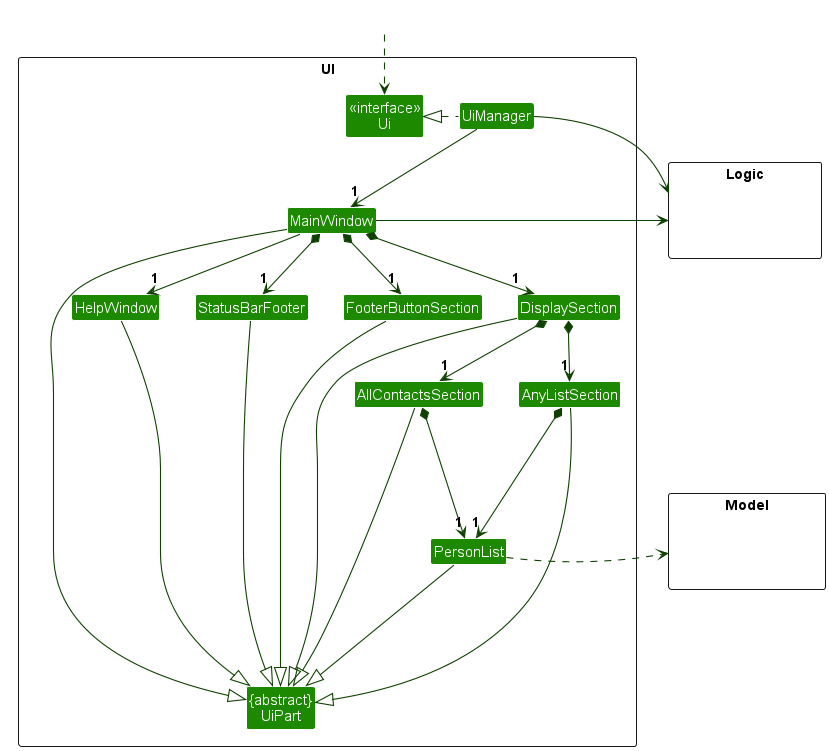
Above: docs/images/UiClassDiagram.png in Emberlynn-Loo/tp (PlantUML), before the change.
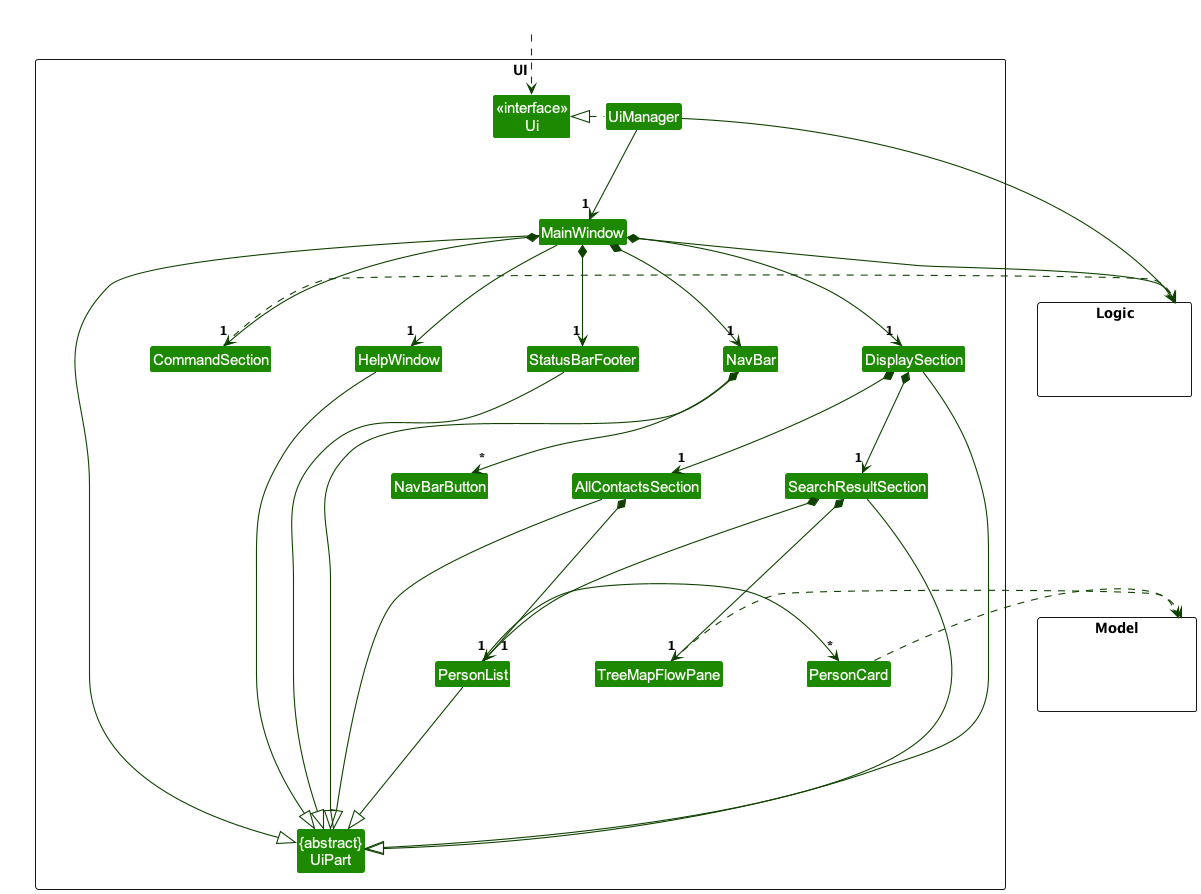
Later version of the same file.

Commit message:
Add Updated UI architecture diagram

What changed in the source:
```diff
@@ -11,11 +11,15 @@
 Class MainWindow
 Class HelpWindow
 Class StatusBarFooter
+Class CommandSection
+Class NavBar
 Class DisplaySection
-Class FooterButtonSection
 Class AllContactsSection
+Class SearchResultSection
+Class NavBarButton
+Class TreeMapFlowPane
 Class PersonList
-Class AnyListSection
+Class PersonCard
 }
 
 package Model <<Rectangle>> {
@@ -33,35 +37,31 @@
 UiManager -down-> "1" MainWindow
 MainWindow *-down-> "1" StatusBarFooter
 MainWindow -down-> "1" HelpWindow
-MainWindow *-down-> "1" FooterButtonSection
+MainWindow *-down-> "1" CommandSection
+CommandSection .right.> Logic
+MainWindow *-down-> "1" NavBar
+NavBar *-down-> "*" NavBarButton
 MainWindow *-down-> "1" DisplaySection
-
 HelpWindow -right[hidden]-> StatusBarFooter
-StatusBarFooter -right[hidden]-> FooterButtonSection
-FooterButtonSection -right[hidden]-> DisplaySection
-
+StatusBarFooter -right[hidden]-> NavBar
+NavBar -right[hidden]-> DisplaySection
 DisplaySection *-down-> "1" AllContactsSection
 AllContactsSection *-down> "1" PersonList
-
-DisplaySection *--> "1" AnyListSection
-AnyListSection *---> "1" PersonList
-
-AllContactsSection -right[hidden]-> AnyListSection
-
+DisplaySection *--> "1" SearchResultSection
+SearchResultSection *---> "1" PersonList
+SearchResultSection *---> "1" TreeMapFlowPane
+TreeMapFlowPane .right.> Model
+PersonList -> "*" PersonCard
+AllContactsSection -right[hidden]-> SearchResultSection
 MainWindow -left|> UiPart
-
-
 StatusBarFooter ----|> UiPart
 HelpWindow ----|> UiPart
-FooterButtonSection ----|> UiPart
+NavBar ----|> UiPart
 DisplaySection ----|> UiPart
-AnyListSection -|> UiPart
-
-
+SearchResultSection -|> UiPart
 AllContactsSection ----|> UiPart
 PersonList ---|> UiPart
-
-PersonList .right.> Model
+PersonCard .right.> Model
 UiManager -right> Logic
 MainWindow -right> Logic
 
```
